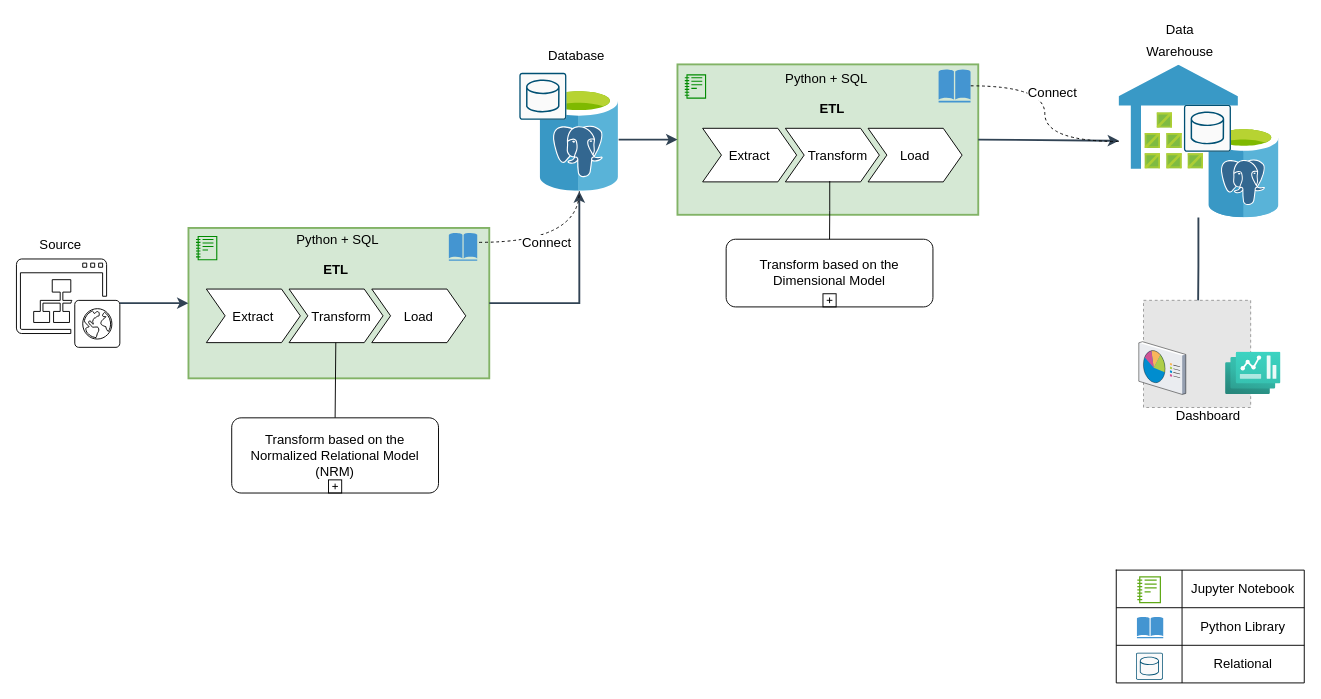
Before: page "Data Architecture" (1 of 4) of DECapstone diagrams.drawio in vinsanity2022/SPARTACapstone, a draw.io diagram. Source tidied: cells renumbered, new cells numbered last; positions are measured from the earlier drawing's top-left corner, leaving out a move shared by most shapes. Both pictures are drawn from the tidied source at 94%, with x=0, y=0 at pixel (16, 24). Pictures stored in the file or linked from it are replaced by grey dashed boxes.
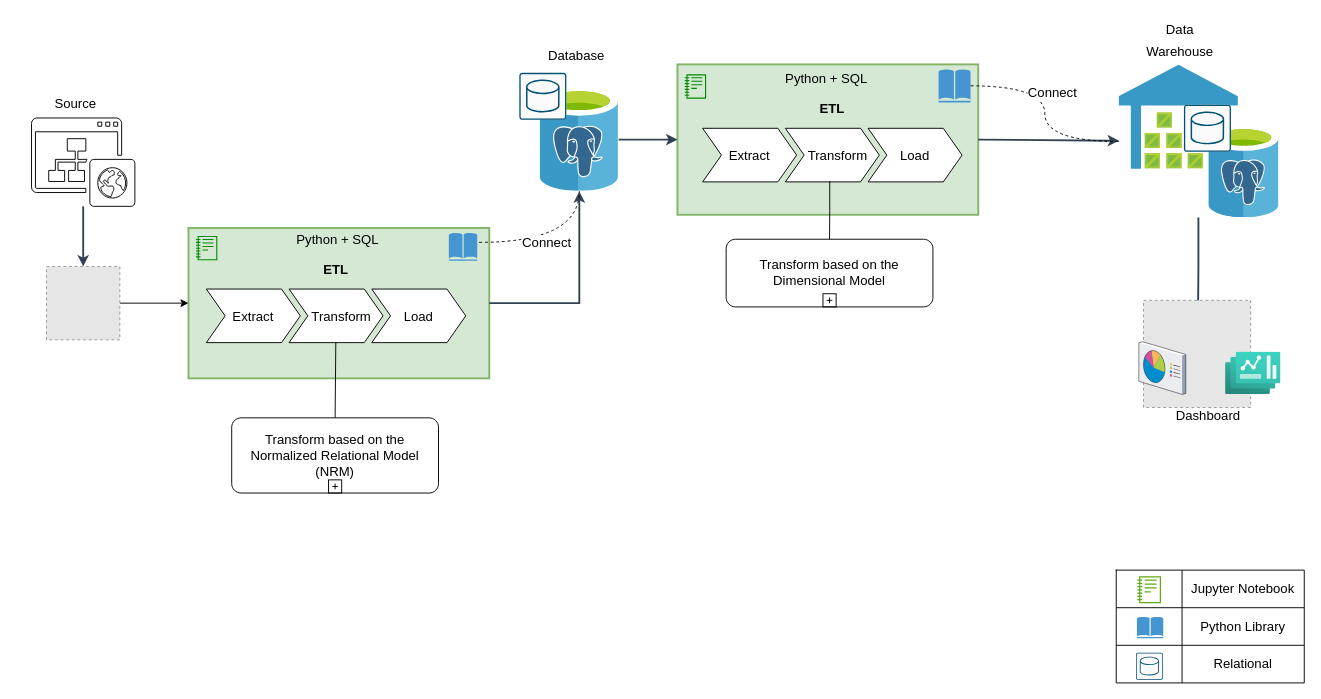
After the change.

The change refers to these unchanged cells:
```xml
<mxCell id="13" style="rounded=0;whiteSpace=wrap;html=1;absoluteArcSize=1;arcSize=14;strokeWidth=2;fillColor=#d5e8d4;strokeColor=#82b366;" parent="1" vertex="1">
  <mxGeometry x="183" y="216" width="320" height="160" as="geometry" />
</mxCell>
```

Diff of the diagram source:
```diff
@@
     <mxCell id="14" style="sketch=0;shadow=0;dashed=0;html=1;fillColor=none;labelPosition=center;verticalLabelPosition=bottom;verticalAlign=top;outlineConnect=0;align=center;shape=mxgraph.office.sites.website_public;rounded=0;" parent="1" vertex="1">
-      <mxGeometry y="249" width="110" height="94" as="geometry" />
+      <mxGeometry x="16" y="99" width="110" height="94" as="geometry" />
     </mxCell>
@@
     <mxCell id="51" value="&lt;font style=&quot;font-size: 14px;&quot; face=&quot;Helvetica&quot;&gt;Source&amp;nbsp;&lt;/font&gt;" style="text;strokeColor=none;align=center;fillColor=none;html=1;verticalAlign=middle;whiteSpace=wrap;rounded=0;fontSize=20;fontFamily=Architects Daughter;" parent="1" vertex="1">
-      <mxGeometry x="19.4" y="217" width="60" height="30" as="geometry" />
+      <mxGeometry x="35.4" y="67" width="60" height="30" as="geometry" />
     </mxCell>
@@
-    <mxCell id="56" style="edgeStyle=orthogonalEdgeStyle;rounded=0;jettySize=auto;html=1;fillColor=#647687;strokeColor=#314354;strokeWidth=2;entryX=0;entryY=0.5;entryDx=0;entryDy=0;" parent="1" edge="1" source="14" target="13">
+    <mxCell id="56" style="edgeStyle=orthogonalEdgeStyle;rounded=0;jettySize=auto;html=1;fillColor=#647687;strokeColor=#314354;strokeWidth=2;" parent="1" edge="1" source="14" target="60">
       <mxGeometry relative="1" as="geometry" />
     </mxCell>
@@
+    <mxCell id="59" style="edgeStyle=orthogonalEdgeStyle;rounded=0;jettySize=auto;html=1;entryX=0;entryY=0.5;entryDx=0;entryDy=0;" parent="1" edge="1" source="60" target="13">
+      <mxGeometry relative="1" as="geometry" />
+    </mxCell>
+    <mxCell id="60" style="fillColor=#E6E6E6;strokeColor=#999999;dashed=1;html=1;verticalAlign=top;verticalLabelPosition=bottom;labelBackgroundColor=#ffffff;" parent="1" vertex="1">
+      <mxGeometry x="32" y="257" width="78" height="78" as="geometry" />
+    </mxCell>
```
